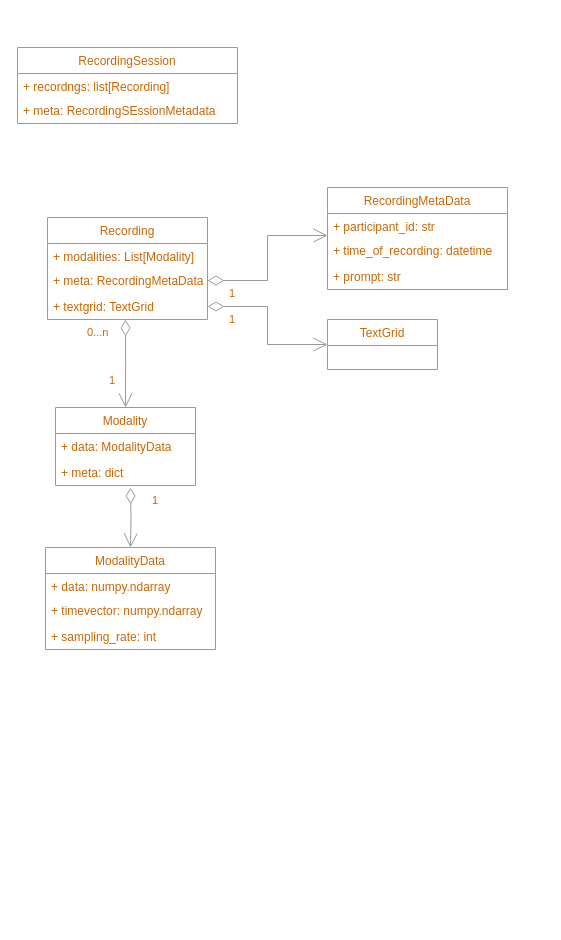
This is docs/core_data_structures.drawio from giuthas/satkit, a draw.io file, before an edit. Source tidied: cells renumbered, new cells numbered last; positions are measured from the earlier drawing's top-left corner, leaving out a move shared by most shapes. Both pictures are drawn from the tidied source at 100%, with x=0, y=0 at pixel (17, 47).
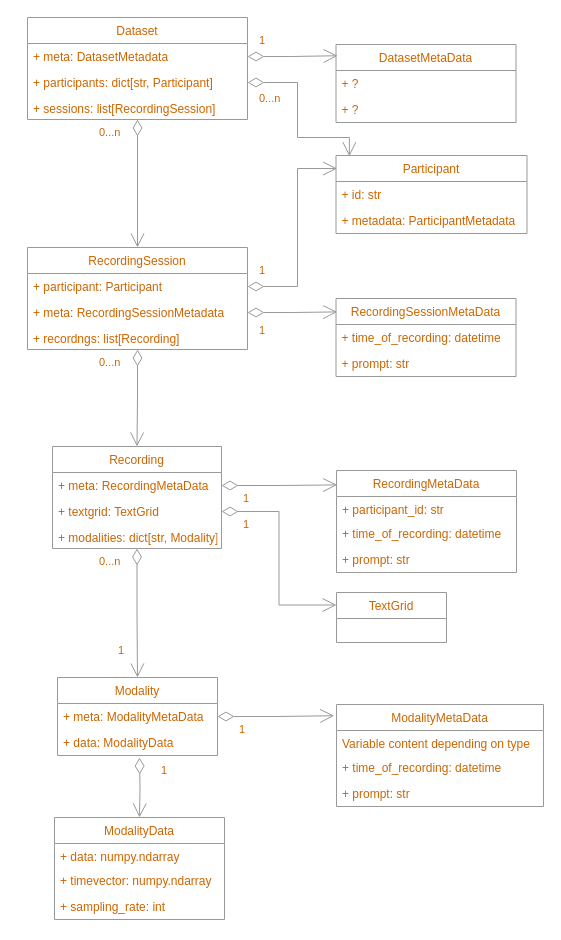
After the change.

Commit message (it also covers changes not shown here):
Core data structures diagram upated.

The change refers to these unchanged cells:
```xml
<mxCell id="15" value="+ time_of_recording: datetime" style="text;strokeColor=none;fillColor=none;align=left;verticalAlign=top;spacingLeft=4;spacingRight=4;overflow=hidden;points=[[0,0.5],[1,0.5]];portConstraint=eastwest;labelBorderColor=none;fontColor=#CC6600;" parent="13" vertex="1">
  <mxGeometry y="50" width="180" height="26" as="geometry" />
</mxCell>
```

What changed in the source:
```diff
@@
     <mxCell id="2" value="Recording" style="swimlane;fontStyle=0;horizontal=1;startSize=26;fillColor=none;labelBorderColor=none;fontColor=#CC6600;strokeColor=#999999;" parent="1" vertex="1">
-      <mxGeometry x="30" y="170" width="160" height="102" as="geometry" />
+      <mxGeometry x="35" y="399" width="169" height="102" as="geometry" />
     </mxCell>
-    <mxCell id="3" value="+ modalities: List[Modality]" style="text;strokeColor=none;fillColor=none;align=left;verticalAlign=top;spacingLeft=4;spacingRight=4;overflow=hidden;labelBorderColor=none;fontColor=#CC6600;" parent="2" vertex="1">
-      <mxGeometry y="26" width="160" height="24" as="geometry" />
-    </mxCell>
     <mxCell id="4" value="+ meta: RecordingMetaData" style="text;strokeColor=none;fillColor=none;align=left;verticalAlign=top;spacingLeft=4;spacingRight=4;overflow=hidden;points=[[0,0.5],[1,0.5]];portConstraint=eastwest;labelBorderColor=none;fontColor=#CC6600;" parent="2" vertex="1">
-      <mxGeometry y="50" width="160" height="26" as="geometry" />
+      <mxGeometry y="26" width="169" height="26" as="geometry" />
     </mxCell>
     <mxCell id="5" value="+ textgrid: TextGrid" style="text;strokeColor=none;fillColor=none;align=left;verticalAlign=top;spacingLeft=4;spacingRight=4;overflow=hidden;points=[[0,0.5],[1,0.5]];portConstraint=eastwest;labelBorderColor=none;fontColor=#CC6600;snapToPoint=1;" parent="2" vertex="1">
-      <mxGeometry y="76" width="160" height="26" as="geometry" />
+      <mxGeometry y="52" width="169" height="26" as="geometry" />
     </mxCell>
+    <mxCell id="3" value="+ modalities: dict[str, Modality]" style="text;strokeColor=none;fillColor=none;align=left;verticalAlign=top;spacingLeft=4;spacingRight=4;overflow=hidden;labelBorderColor=none;fontColor=#CC6600;" parent="2" vertex="1">
+      <mxGeometry y="78" width="169" height="24" as="geometry" />
+    </mxCell>
     <mxCell id="6" value="Modality" style="swimlane;fontStyle=0;horizontal=1;startSize=26;fillColor=none;labelBorderColor=none;strokeColor=#999999;fontColor=#CC6600;" parent="1" vertex="1">
-      <mxGeometry x="38" y="360" width="140" height="78" as="geometry" />
+      <mxGeometry x="40" y="630" width="160" height="78" as="geometry" />
     </mxCell>
+    <mxCell id="8" value="+ meta: ModalityMetaData" style="text;strokeColor=none;fillColor=none;align=left;verticalAlign=top;spacingLeft=4;spacingRight=4;overflow=hidden;points=[[0,0.5],[1,0.5]];portConstraint=eastwest;labelBorderColor=none;fontColor=#CC6600;" parent="6" vertex="1">
+      <mxGeometry y="26" width="160" height="26" as="geometry" />
+    </mxCell>
     <mxCell id="7" value="+ data: ModalityData" style="text;strokeColor=none;fillColor=none;align=left;verticalAlign=top;spacingLeft=4;spacingRight=4;overflow=hidden;labelBorderColor=none;fontColor=#CC6600;" parent="6" vertex="1">
-      <mxGeometry y="26" width="140" height="26" as="geometry" />
+      <mxGeometry y="52" width="160" height="26" as="geometry" />
     </mxCell>
-    <mxCell id="8" value="+ meta: dict" style="text;strokeColor=none;fillColor=none;align=left;verticalAlign=top;spacingLeft=4;spacingRight=4;overflow=hidden;points=[[0,0.5],[1,0.5]];portConstraint=eastwest;labelBorderColor=none;fontColor=#CC6600;" parent="6" vertex="1">
-      <mxGeometry y="52" width="140" height="26" as="geometry" />
-    </mxCell>
     <mxCell id="9" value="ModalityData" style="swimlane;fontStyle=0;horizontal=1;startSize=26;fillColor=none;labelBorderColor=none;strokeColor=#999999;fontColor=#CC6600;" parent="1" vertex="1">
-      <mxGeometry x="28" y="500" width="170" height="102" as="geometry" />
+      <mxGeometry x="37" y="770" width="170" height="102" as="geometry" />
     </mxCell>
@@
     <mxCell id="13" value="RecordingMetaData" style="swimlane;fontStyle=0;horizontal=1;startSize=26;fillColor=none;labelBorderColor=none;strokeColor=#999999;fontColor=#CC6600;" parent="1" vertex="1">
-      <mxGeometry x="310" y="140" width="180" height="102" as="geometry" />
+      <mxGeometry x="319" y="423" width="180" height="102" as="geometry" />
     </mxCell>
@@
     <mxCell id="17" value="TextGrid" style="swimlane;fontStyle=0;horizontal=1;startSize=26;fillColor=none;labelBorderColor=none;strokeColor=#999999;fontColor=#CC6600;" parent="1" vertex="1">
-      <mxGeometry x="310" y="272" width="110" height="50" as="geometry" />
+      <mxGeometry x="319" y="545" width="110" height="50" as="geometry" />
     </mxCell>
-    <mxCell id="18" style="endArrow=open;html=1;endSize=12;startArrow=diamondThin;startSize=14;startFill=0;edgeStyle=orthogonalEdgeStyle;rounded=0;fontColor=#CC6600;exitX=1;exitY=0.5;exitDx=0;exitDy=0;entryX=0;entryY=0.5;entryDx=0;entryDy=0;strokeColor=#999999;" parent="1" edge="1" source="5" target="17">
+    <mxCell id="18" style="endArrow=open;html=1;endSize=12;startArrow=diamondThin;startSize=14;startFill=0;edgeStyle=orthogonalEdgeStyle;rounded=0;fontColor=#CC6600;exitX=1;exitY=0.5;exitDx=0;exitDy=0;entryX=0;entryY=0.25;entryDx=0;entryDy=0;strokeColor=#999999;" parent="1" edge="1" source="5" target="17">
       <mxGeometry relative="1" as="geometry" />
     </mxCell>
@@
-    <mxCell id="20" style="endArrow=open;html=1;endSize=12;startArrow=diamondThin;startSize=14;startFill=0;edgeStyle=orthogonalEdgeStyle;rounded=0;fontColor=#CC6600;exitX=0.488;exitY=1;exitDx=0;exitDy=0;entryX=0.5;entryY=0;entryDx=0;entryDy=0;strokeColor=#999999;exitPerimeter=0;" parent="1" edge="1" source="5" target="6">
+    <mxCell id="20" style="endArrow=open;html=1;endSize=12;startArrow=diamondThin;startSize=14;startFill=0;edgeStyle=orthogonalEdgeStyle;rounded=0;fontColor=#CC6600;entryX=0.5;entryY=0;entryDx=0;entryDy=0;strokeColor=#999999;" parent="1" edge="1" source="2" target="6">
       <mxGeometry relative="1" as="geometry" />
     </mxCell>
@@
     <mxCell id="22" value="1" style="edgeLabel;html=1;align=left;verticalAlign=top;labelBorderColor=none;strokeColor=#999999;fontColor=#CC6600;fillColor=none;labelBackgroundColor=none;" parent="1" vertex="1">
-      <mxGeometry x="90" y="320" as="geometry" />
+      <mxGeometry x="99" y="590" as="geometry" />
     </mxCell>
     <mxCell id="23" style="endArrow=open;html=1;endSize=12;startArrow=diamondThin;startSize=14;startFill=0;edgeStyle=orthogonalEdgeStyle;rounded=0;fontColor=#CC6600;entryX=0.5;entryY=0;entryDx=0;entryDy=0;strokeColor=#999999;" parent="1" edge="1" target="9">
       <mxGeometry relative="1" as="geometry">
-        <mxPoint x="113" y="440" as="sourcePoint" />
+        <mxPoint x="122" y="710" as="sourcePoint" />
       </mxGeometry>
     </mxCell>
@@
-    <mxCell id="25" style="endArrow=open;html=1;endSize=12;startArrow=diamondThin;startSize=14;startFill=0;edgeStyle=orthogonalEdgeStyle;rounded=0;fontColor=#CC6600;entryX=0;entryY=-0.077;entryDx=0;entryDy=0;strokeColor=#999999;exitX=1;exitY=0.5;exitDx=0;exitDy=0;entryPerimeter=0;" parent="1" edge="1" source="4" target="15">
+    <mxCell id="25" style="endArrow=open;html=1;endSize=12;startArrow=diamondThin;startSize=14;startFill=0;edgeStyle=orthogonalEdgeStyle;rounded=0;fontColor=#CC6600;entryX=0.004;entryY=0.141;entryDx=0;entryDy=0;strokeColor=#999999;exitX=1;exitY=0.5;exitDx=0;exitDy=0;entryPerimeter=0;" parent="1" edge="1" source="4" target="13">
       <mxGeometry relative="1" as="geometry" />
     </mxCell>
@@
     <mxCell id="27" value="RecordingSession" style="swimlane;fontStyle=0;horizontal=1;startSize=26;fillColor=none;labelBorderColor=none;fontColor=#CC6600;strokeColor=#999999;" parent="1" vertex="1">
-      <mxGeometry width="220" height="76" as="geometry" />
+      <mxGeometry x="10" y="200" width="220" height="102" as="geometry" />
     </mxCell>
+    <mxCell id="30" value="+ participant: Participant" style="text;strokeColor=none;fillColor=none;align=left;verticalAlign=top;spacingLeft=4;spacingRight=4;overflow=hidden;points=[[0,0.5],[1,0.5]];portConstraint=eastwest;labelBorderColor=none;fontColor=#CC6600;" parent="27" vertex="1">
+      <mxGeometry y="26" width="220" height="26" as="geometry" />
+    </mxCell>
+    <mxCell id="29" value="+ meta: RecordingSessionMetadata" style="text;strokeColor=none;fillColor=none;align=left;verticalAlign=top;spacingLeft=4;spacingRight=4;overflow=hidden;points=[[0,0.5],[1,0.5]];portConstraint=eastwest;labelBorderColor=none;fontColor=#CC6600;" parent="27" vertex="1">
+      <mxGeometry y="52" width="220" height="26" as="geometry" />
+    </mxCell>
     <mxCell id="28" value="+ recordngs: list[Recording]" style="text;strokeColor=none;fillColor=none;align=left;verticalAlign=top;spacingLeft=4;spacingRight=4;overflow=hidden;labelBorderColor=none;fontColor=#CC6600;" parent="27" vertex="1">
-      <mxGeometry y="26" width="220" height="24" as="geometry" />
+      <mxGeometry y="78" width="220" height="24" as="geometry" />
     </mxCell>
-    <mxCell id="29" value="+ meta: RecordingSEssionMetadata" style="text;strokeColor=none;fillColor=none;align=left;verticalAlign=top;spacingLeft=4;spacingRight=4;overflow=hidden;points=[[0,0.5],[1,0.5]];portConstraint=eastwest;labelBorderColor=none;fontColor=#CC6600;" parent="27" vertex="1">
-      <mxGeometry y="50" width="220" height="26" as="geometry" />
-    </mxCell>
+    <mxCell id="31" style="endArrow=open;html=1;endSize=12;startArrow=diamondThin;startSize=14;startFill=0;edgeStyle=orthogonalEdgeStyle;rounded=0;fontColor=#CC6600;entryX=0.5;entryY=0;entryDx=0;entryDy=0;strokeColor=#999999;" parent="1" edge="1" source="27" target="2">
+      <mxGeometry relative="1" as="geometry" />
+    </mxCell>
+    <mxCell id="32" value="0...n" style="edgeLabel;html=1;align=left;verticalAlign=top;labelBorderColor=none;strokeColor=#999999;fontColor=#CC6600;fillColor=none;labelBackgroundColor=none;" parent="31" vertex="1">
+      <mxGeometry x="-1" relative="1" as="geometry">
+        <mxPoint x="-40" as="offset" />
+      </mxGeometry>
+    </mxCell>
+    <mxCell id="33" value="Dataset" style="swimlane;fontStyle=0;horizontal=1;startSize=26;fillColor=none;labelBorderColor=none;fontColor=#CC6600;strokeColor=#999999;" parent="1" vertex="1">
+      <mxGeometry x="10" y="-30" width="220" height="102" as="geometry" />
+    </mxCell>
+    <mxCell id="34" value="+ meta: DatasetMetadata" style="text;strokeColor=none;fillColor=none;align=left;verticalAlign=top;spacingLeft=4;spacingRight=4;overflow=hidden;points=[[0,0.5],[1,0.5]];portConstraint=eastwest;labelBorderColor=none;fontColor=#CC6600;" parent="33" vertex="1">
+      <mxGeometry y="26" width="220" height="26" as="geometry" />
+    </mxCell>
+    <mxCell id="35" value="+ participants: dict[str, Participant]" style="text;strokeColor=none;fillColor=none;align=left;verticalAlign=top;spacingLeft=4;spacingRight=4;overflow=hidden;points=[[0,0.5],[1,0.5]];portConstraint=eastwest;labelBorderColor=none;fontColor=#CC6600;" parent="33" vertex="1">
+      <mxGeometry y="52" width="220" height="26" as="geometry" />
+    </mxCell>
+    <mxCell id="36" value="+ sessions: list[RecordingSession]" style="text;strokeColor=none;fillColor=none;align=left;verticalAlign=top;spacingLeft=4;spacingRight=4;overflow=hidden;labelBorderColor=none;fontColor=#CC6600;" parent="33" vertex="1">
+      <mxGeometry y="78" width="220" height="24" as="geometry" />
+    </mxCell>
+    <mxCell id="37" value="RecordingSessionMetaData" style="swimlane;fontStyle=0;horizontal=1;startSize=26;fillColor=none;labelBorderColor=none;strokeColor=#999999;fontColor=#CC6600;" parent="1" vertex="1">
+      <mxGeometry x="318.5" y="251" width="180" height="78" as="geometry" />
+    </mxCell>
+    <mxCell id="38" value="+ time_of_recording: datetime" style="text;strokeColor=none;fillColor=none;align=left;verticalAlign=top;spacingLeft=4;spacingRight=4;overflow=hidden;labelBorderColor=none;fontColor=#CC6600;" parent="37" vertex="1">
+      <mxGeometry y="26" width="180" height="26" as="geometry" />
+    </mxCell>
+    <mxCell id="39" value="+ prompt: str" style="text;strokeColor=none;fillColor=none;align=left;verticalAlign=top;spacingLeft=4;spacingRight=4;overflow=hidden;labelBorderColor=none;fontColor=#CC6600;" parent="37" vertex="1">
+      <mxGeometry y="52" width="180" height="26" as="geometry" />
+    </mxCell>
+    <mxCell id="40" value="DatasetMetaData" style="swimlane;fontStyle=0;horizontal=1;startSize=26;fillColor=none;labelBorderColor=none;strokeColor=#999999;fontColor=#CC6600;" parent="1" vertex="1">
+      <mxGeometry x="318.5" y="-3" width="180" height="78" as="geometry" />
+    </mxCell>
+    <mxCell id="41" value="+ ?" style="text;strokeColor=none;fillColor=none;align=left;verticalAlign=top;spacingLeft=4;spacingRight=4;overflow=hidden;labelBorderColor=none;fontColor=#CC6600;" parent="40" vertex="1">
+      <mxGeometry y="26" width="180" height="26" as="geometry" />
+    </mxCell>
+    <mxCell id="42" value="+ ?" style="text;strokeColor=none;fillColor=none;align=left;verticalAlign=top;spacingLeft=4;spacingRight=4;overflow=hidden;labelBorderColor=none;fontColor=#CC6600;" parent="40" vertex="1">
+      <mxGeometry y="52" width="180" height="26" as="geometry" />
+    </mxCell>
+    <mxCell id="43" value="Participant" style="swimlane;fontStyle=0;horizontal=1;startSize=26;fillColor=none;labelBorderColor=none;strokeColor=#999999;fontColor=#CC6600;" parent="1" vertex="1">
+      <mxGeometry x="318.5" y="108" width="191" height="78" as="geometry" />
+    </mxCell>
+    <mxCell id="44" value="+ id: str" style="text;strokeColor=none;fillColor=none;align=left;verticalAlign=top;spacingLeft=4;spacingRight=4;overflow=hidden;labelBorderColor=none;fontColor=#CC6600;" parent="43" vertex="1">
+      <mxGeometry y="26" width="191" height="26" as="geometry" />
+    </mxCell>
+    <mxCell id="45" value="+ metadata: ParticipantMetadata" style="text;strokeColor=none;fillColor=none;align=left;verticalAlign=top;spacingLeft=4;spacingRight=4;overflow=hidden;labelBorderColor=none;fontColor=#CC6600;" parent="43" vertex="1">
+      <mxGeometry y="52" width="191" height="26" as="geometry" />
+    </mxCell>
+    <mxCell id="46" style="endArrow=open;html=1;endSize=12;startArrow=diamondThin;startSize=14;startFill=0;edgeStyle=orthogonalEdgeStyle;rounded=0;fontColor=#CC6600;entryX=0.5;entryY=0;entryDx=0;entryDy=0;strokeColor=#999999;" parent="1" edge="1" source="33" target="27">
+      <mxGeometry relative="1" as="geometry" />
+    </mxCell>
+    <mxCell id="47" value="0...n" style="edgeLabel;html=1;align=left;verticalAlign=top;labelBorderColor=none;strokeColor=#999999;fontColor=#CC6600;fillColor=none;labelBackgroundColor=none;" parent="46" vertex="1">
+      <mxGeometry x="-1" relative="1" as="geometry">
+        <mxPoint x="-40" as="offset" />
+      </mxGeometry>
+    </mxCell>
+    <mxCell id="48" style="endArrow=open;html=1;endSize=12;startArrow=diamondThin;startSize=14;startFill=0;edgeStyle=orthogonalEdgeStyle;rounded=0;fontColor=#CC6600;entryX=0.009;entryY=0.144;entryDx=0;entryDy=0;strokeColor=#999999;exitX=1;exitY=0.5;exitDx=0;exitDy=0;entryPerimeter=0;" parent="1" edge="1" source="34" target="40">
+      <mxGeometry relative="1" as="geometry" />
+    </mxCell>
+    <mxCell id="49" style="endArrow=open;html=1;endSize=12;startArrow=diamondThin;startSize=14;startFill=0;edgeStyle=orthogonalEdgeStyle;rounded=0;fontColor=#CC6600;strokeColor=#999999;exitX=1;exitY=0.5;exitDx=0;exitDy=0;entryX=0.07;entryY=0.01;entryDx=0;entryDy=0;entryPerimeter=0;" parent="1" edge="1" source="35" target="43">
+      <mxGeometry relative="1" as="geometry">
+        <Array as="points">
+          <mxPoint x="280" y="35" />
+          <mxPoint x="280" y="90" />
+          <mxPoint x="332" y="90" />
+        </Array>
+      </mxGeometry>
+    </mxCell>
+    <mxCell id="50" style="endArrow=open;html=1;endSize=12;startArrow=diamondThin;startSize=14;startFill=0;edgeStyle=orthogonalEdgeStyle;rounded=0;fontColor=#CC6600;strokeColor=#999999;exitX=1;exitY=0.5;exitDx=0;exitDy=0;entryX=0.006;entryY=0.167;entryDx=0;entryDy=0;entryPerimeter=0;" parent="1" edge="1" source="30" target="43">
+      <mxGeometry relative="1" as="geometry">
+        <Array as="points">
+          <mxPoint x="280" y="239" />
+          <mxPoint x="280" y="121" />
+        </Array>
+      </mxGeometry>
+    </mxCell>
+    <mxCell id="51" style="endArrow=open;html=1;endSize=12;startArrow=diamondThin;startSize=14;startFill=0;edgeStyle=orthogonalEdgeStyle;rounded=0;fontColor=#CC6600;strokeColor=#999999;entryX=0.007;entryY=0.172;entryDx=0;entryDy=0;entryPerimeter=0;" parent="1" edge="1" source="29" target="37">
+      <mxGeometry relative="1" as="geometry" />
+    </mxCell>
+    <mxCell id="52" value="0...n" style="edgeLabel;html=1;align=left;verticalAlign=top;labelBorderColor=none;strokeColor=#999999;fontColor=#CC6600;fillColor=none;labelBackgroundColor=none;" parent="1" vertex="1">
+      <mxGeometry x="240" y="38" as="geometry" />
+    </mxCell>
+    <mxCell id="53" value="1" style="edgeLabel;html=1;align=left;verticalAlign=top;labelBorderColor=none;strokeColor=#999999;fontColor=#CC6600;fillColor=none;labelBackgroundColor=none;" parent="1" vertex="1">
+      <mxGeometry x="240" y="-20" as="geometry" />
+    </mxCell>
+    <mxCell id="54" value="1" style="edgeLabel;html=1;align=left;verticalAlign=top;labelBorderColor=none;strokeColor=#999999;fontColor=#CC6600;fillColor=none;labelBackgroundColor=none;" parent="1" vertex="1">
+      <mxGeometry x="240" y="210" as="geometry" />
+    </mxCell>
+    <mxCell id="55" value="1" style="edgeLabel;html=1;align=left;verticalAlign=top;labelBorderColor=none;strokeColor=#999999;fontColor=#CC6600;fillColor=none;labelBackgroundColor=none;" parent="1" vertex="1">
+      <mxGeometry x="240" y="270" as="geometry" />
+    </mxCell>
+    <mxCell id="56" value="ModalityMetaData" style="swimlane;fontStyle=0;horizontal=1;startSize=26;fillColor=none;labelBorderColor=none;strokeColor=#999999;fontColor=#CC6600;" parent="1" vertex="1">
+      <mxGeometry x="319" y="657" width="207" height="102" as="geometry" />
+    </mxCell>
+    <mxCell id="57" value="Variable content depending on type" style="text;strokeColor=none;fillColor=none;align=left;verticalAlign=top;spacingLeft=4;spacingRight=4;overflow=hidden;labelBorderColor=none;fontColor=#CC6600;" parent="56" vertex="1">
+      <mxGeometry y="26" width="207" height="24" as="geometry" />
+    </mxCell>
+    <mxCell id="58" value="+ time_of_recording: datetime" style="text;strokeColor=none;fillColor=none;align=left;verticalAlign=top;spacingLeft=4;spacingRight=4;overflow=hidden;labelBorderColor=none;fontColor=#CC6600;" parent="56" vertex="1">
+      <mxGeometry y="50" width="207" height="26" as="geometry" />
+    </mxCell>
+    <mxCell id="59" value="+ prompt: str" style="text;strokeColor=none;fillColor=none;align=left;verticalAlign=top;spacingLeft=4;spacingRight=4;overflow=hidden;labelBorderColor=none;fontColor=#CC6600;" parent="56" vertex="1">
+      <mxGeometry y="76" width="207" height="26" as="geometry" />
+    </mxCell>
+    <mxCell id="60" style="endArrow=open;html=1;endSize=12;startArrow=diamondThin;startSize=14;startFill=0;edgeStyle=orthogonalEdgeStyle;rounded=0;fontColor=#CC6600;entryX=-0.011;entryY=0.11;entryDx=0;entryDy=0;strokeColor=#999999;exitX=1;exitY=0.5;exitDx=0;exitDy=0;entryPerimeter=0;" parent="1" edge="1" source="8" target="56">
+      <mxGeometry relative="1" as="geometry" />
+    </mxCell>
+    <mxCell id="61" value="1" style="edgeLabel;html=1;align=left;verticalAlign=top;labelBorderColor=none;strokeColor=#999999;fontColor=#CC6600;fillColor=none;labelBackgroundColor=none;" parent="60" vertex="1">
+      <mxGeometry x="-1" relative="1" as="geometry">
+        <mxPoint x="20" as="offset" />
+      </mxGeometry>
+    </mxCell>
```
